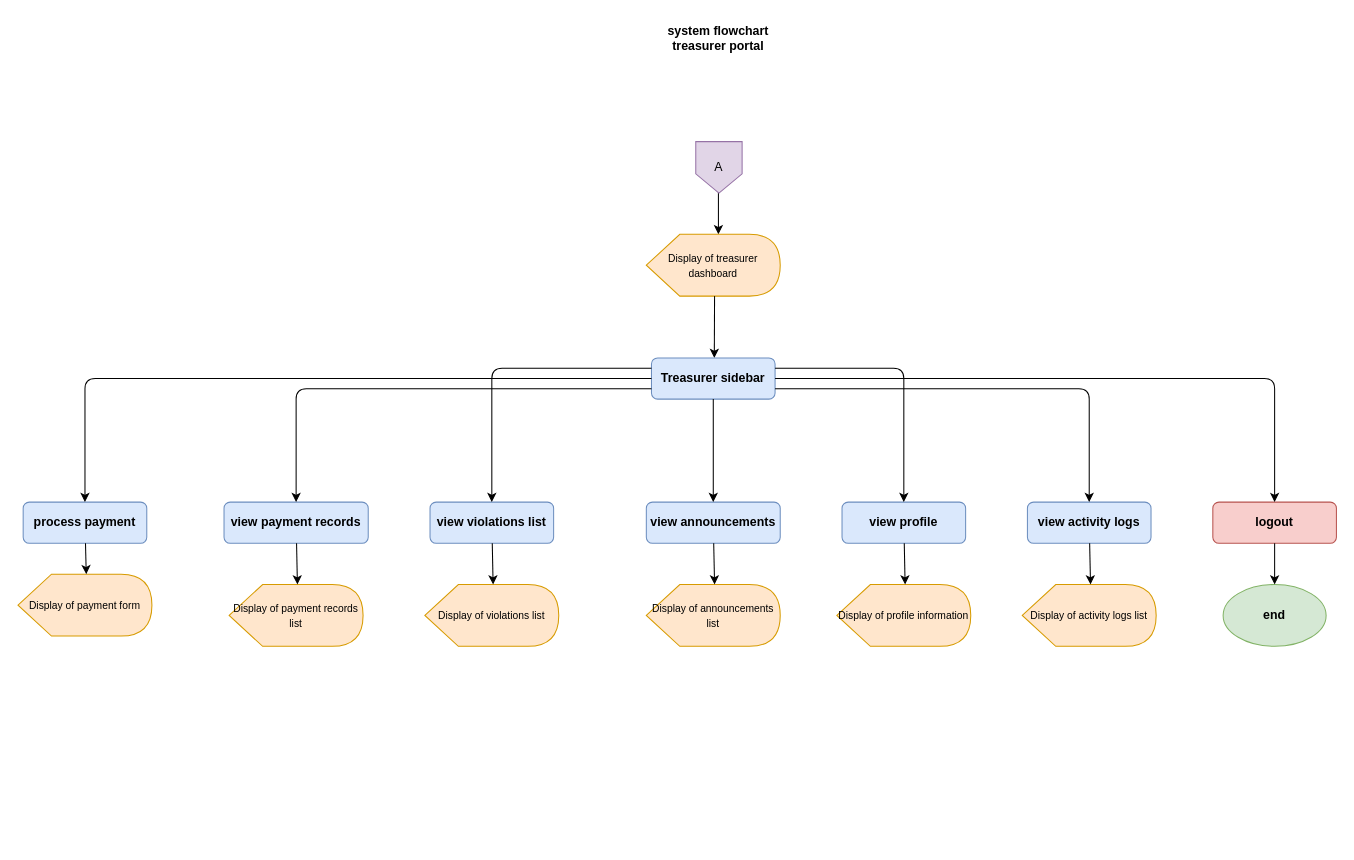
The draw.io diagram treasurer_portal_flowchart.drawio in PotatoLover169/CTTMO-Traffic-violation-Management-System, before the edit. Source tidied: cells renumbered, new cells numbered last; positions are measured from the earlier drawing's top-left corner, leaving out a move shared by most shapes. Both pictures are drawn from the tidied source at 103%, with x=0, y=0 at pixel (18, 18).
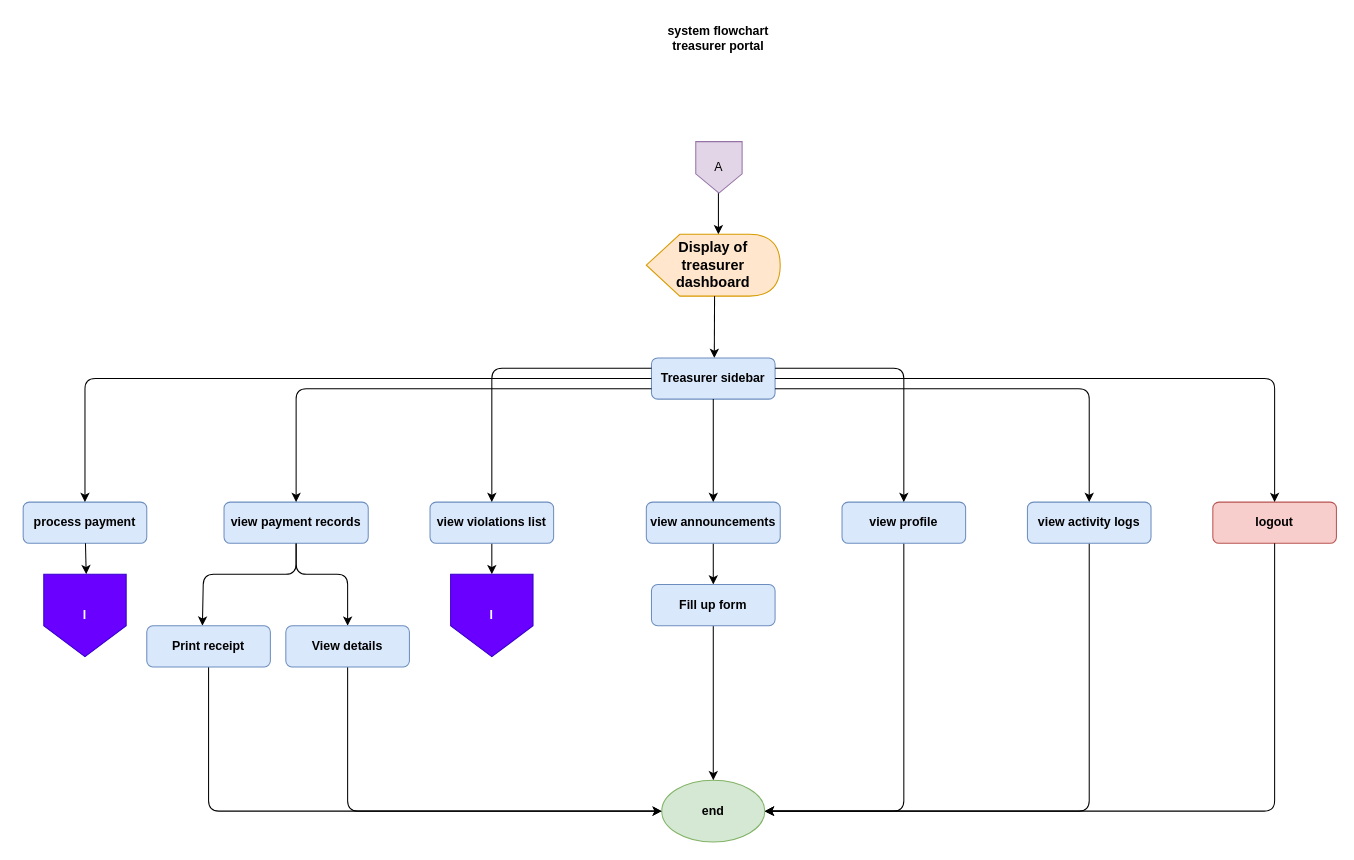
After the change.

Unchanged cells that the change refers to:
```xml
<mxCell id="7" value="process payment" style="rounded=1;whiteSpace=wrap;html=1;fillColor=#dae8fc;strokeColor=#6c8ebf;fontStyle=1;" parent="1" vertex="1">
  <mxGeometry x="5" y="470" width="120" height="40" as="geometry" />
</mxCell>
<mxCell id="11" value="view payment records" style="rounded=1;whiteSpace=wrap;html=1;fillColor=#dae8fc;strokeColor=#6c8ebf;fontStyle=1;" parent="1" vertex="1">
  <mxGeometry x="200" y="470" width="140" height="40" as="geometry" />
</mxCell>
<mxCell id="15" value="view violations list" style="rounded=1;whiteSpace=wrap;html=1;fillColor=#dae8fc;strokeColor=#6c8ebf;fontStyle=1;" parent="1" vertex="1">
  <mxGeometry x="400" y="470" width="120" height="40" as="geometry" />
</mxCell>
<mxCell id="19" value="view announcements" style="rounded=1;whiteSpace=wrap;html=1;fillColor=#dae8fc;strokeColor=#6c8ebf;fontStyle=1;" parent="1" vertex="1">
  <mxGeometry x="610" y="470" width="130" height="40" as="geometry" />
</mxCell>
<mxCell id="23" value="view profile" style="rounded=1;whiteSpace=wrap;html=1;fillColor=#dae8fc;strokeColor=#6c8ebf;fontStyle=1;" parent="1" vertex="1">
  <mxGeometry x="800" y="470" width="120" height="40" as="geometry" />
</mxCell>
<mxCell id="27" value="view activity logs" style="rounded=1;whiteSpace=wrap;html=1;fillColor=#dae8fc;strokeColor=#6c8ebf;fontStyle=1;" parent="1" vertex="1">
  <mxGeometry x="980" y="470" width="120" height="40" as="geometry" />
</mxCell>
<mxCell id="31" value="logout" style="rounded=1;whiteSpace=wrap;html=1;fillColor=#f8cecc;strokeColor=#b85450;fontStyle=1;" parent="1" vertex="1">
  <mxGeometry x="1160" y="470" width="120" height="40" as="geometry" />
</mxCell>
```

Change to the diagram source:
```diff
@@
-    <mxCell id="4" value="&lt;span style=&quot;font-size: 10px;&quot;&gt;Display of treasurer dashboard&lt;/span&gt;" style="shape=display;whiteSpace=wrap;html=1;fillColor=#ffe6cc;strokeColor=#d79b00;" parent="1" vertex="1">
+    <mxCell id="4" value="&lt;b style=&quot;&quot;&gt;&lt;font style=&quot;font-size: 14px;&quot;&gt;Display of treasurer dashboard&lt;/font&gt;&lt;/b&gt;" style="shape=display;whiteSpace=wrap;html=1;fillColor=#ffe6cc;strokeColor=#d79b00;" parent="1" vertex="1">
       <mxGeometry x="610" y="210" width="130" height="60" as="geometry" />
     </mxCell>
@@
-    <mxCell id="9" value="&lt;font style=&quot;font-size: 10px;&quot;&gt;Display of payment form&lt;/font&gt;" style="shape=display;whiteSpace=wrap;html=1;fillColor=#ffe6cc;strokeColor=#d79b00;" parent="1" vertex="1">
-      <mxGeometry y="540" width="130" height="60" as="geometry" />
-    </mxCell>
-    <mxCell id="10" style="edgeStyle=none;html=1;entryX=0;entryY=0;entryDx=66.25;entryDy=0;entryPerimeter=0;" parent="1" edge="1" source="7" target="9">
-      <mxGeometry relative="1" as="geometry" />
+    <mxCell id="10" style="edgeStyle=none;html=1;entryX=0;entryY=0;entryDx=66.25;entryDy=0;entryPerimeter=0;" parent="1" edge="1" source="7">
+      <mxGeometry relative="1" as="geometry">
+        <mxPoint x="66.2" y="540" as="targetPoint" />
+      </mxGeometry>
     </mxCell>
+    <mxCell id="36" style="edgeStyle=none;html=1;entryX=0.5;entryY=0;entryDx=0;entryDy=0;" parent="1" edge="1" source="11" target="46">
+      <mxGeometry relative="1" as="geometry">
+        <Array as="points">
+          <mxPoint x="270" y="540" />
+          <mxPoint x="320" y="540" />
+        </Array>
+      </mxGeometry>
+    </mxCell>
@@
-    <mxCell id="13" value="&lt;font style=&quot;font-size: 10px;&quot;&gt;Display of payment records list&lt;/font&gt;" style="shape=display;whiteSpace=wrap;html=1;fillColor=#ffe6cc;strokeColor=#d79b00;" parent="1" vertex="1">
-      <mxGeometry x="205" y="550" width="130" height="60" as="geometry" />
-    </mxCell>
-    <mxCell id="14" style="edgeStyle=none;html=1;entryX=0;entryY=0;entryDx=66.25;entryDy=0;entryPerimeter=0;" parent="1" edge="1" source="11" target="13">
-      <mxGeometry relative="1" as="geometry" />
+    <mxCell id="14" style="edgeStyle=none;html=1;entryX=0.45;entryY=0;entryDx=0;entryDy=0;entryPerimeter=0;" parent="1" edge="1" source="11" target="44">
+      <mxGeometry relative="1" as="geometry">
+        <Array as="points">
+          <mxPoint x="270" y="540" />
+          <mxPoint x="180" y="540" />
+        </Array>
+      </mxGeometry>
     </mxCell>
+    <mxCell id="37" style="edgeStyle=none;html=1;entryX=0.5;entryY=0;entryDx=0;entryDy=0;" parent="1" edge="1" source="15" target="41">
+      <mxGeometry relative="1" as="geometry" />
+    </mxCell>
@@
-    <mxCell id="17" value="&lt;font style=&quot;font-size: 10px;&quot;&gt;Display of violations list&lt;/font&gt;" style="shape=display;whiteSpace=wrap;html=1;fillColor=#ffe6cc;strokeColor=#d79b00;" parent="1" vertex="1">
-      <mxGeometry x="395" y="550" width="130" height="60" as="geometry" />
-    </mxCell>
-    <mxCell id="18" style="edgeStyle=none;html=1;entryX=0;entryY=0;entryDx=66.25;entryDy=0;entryPerimeter=0;" parent="1" edge="1" source="15" target="17">
-      <mxGeometry relative="1" as="geometry" />
-    </mxCell>
+    <mxCell id="38" style="edgeStyle=none;html=1;" parent="1" edge="1" source="19">
+      <mxGeometry relative="1" as="geometry">
+        <mxPoint x="675" y="550" as="targetPoint" />
+      </mxGeometry>
+    </mxCell>
@@
-    <mxCell id="21" value="&lt;font style=&quot;font-size: 10px;&quot;&gt;Display of announcements list&lt;/font&gt;" style="shape=display;whiteSpace=wrap;html=1;fillColor=#ffe6cc;strokeColor=#d79b00;" parent="1" vertex="1">
-      <mxGeometry x="610" y="550" width="130" height="60" as="geometry" />
-    </mxCell>
-    <mxCell id="22" style="edgeStyle=none;html=1;entryX=0;entryY=0;entryDx=66.25;entryDy=0;entryPerimeter=0;" parent="1" edge="1" source="19" target="21">
-      <mxGeometry relative="1" as="geometry" />
-    </mxCell>
+    <mxCell id="39" style="edgeStyle=none;html=1;entryX=1;entryY=0.5;entryDx=0;entryDy=0;" parent="1" edge="1" source="23" target="33">
+      <mxGeometry relative="1" as="geometry">
+        <Array as="points">
+          <mxPoint x="860" y="770" />
+        </Array>
+      </mxGeometry>
+    </mxCell>
@@
-    <mxCell id="25" value="&lt;font style=&quot;font-size: 10px;&quot;&gt;Display of profile information&lt;/font&gt;" style="shape=display;whiteSpace=wrap;html=1;fillColor=#ffe6cc;strokeColor=#d79b00;" parent="1" vertex="1">
-      <mxGeometry x="795" y="550" width="130" height="60" as="geometry" />
-    </mxCell>
-    <mxCell id="26" style="edgeStyle=none;html=1;entryX=0;entryY=0;entryDx=66.25;entryDy=0;entryPerimeter=0;" parent="1" edge="1" source="23" target="25">
-      <mxGeometry relative="1" as="geometry" />
-    </mxCell>
+    <mxCell id="40" style="edgeStyle=none;html=1;entryX=1;entryY=0.5;entryDx=0;entryDy=0;" parent="1" edge="1" source="27" target="33">
+      <mxGeometry relative="1" as="geometry">
+        <Array as="points">
+          <mxPoint x="1040" y="770" />
+        </Array>
+      </mxGeometry>
+    </mxCell>
@@
-    <mxCell id="29" value="&lt;font style=&quot;font-size: 10px;&quot;&gt;Display of activity logs list&lt;/font&gt;" style="shape=display;whiteSpace=wrap;html=1;fillColor=#ffe6cc;strokeColor=#d79b00;" parent="1" vertex="1">
-      <mxGeometry x="975" y="550" width="130" height="60" as="geometry" />
-    </mxCell>
-    <mxCell id="30" style="edgeStyle=none;html=1;entryX=0;entryY=0;entryDx=66.25;entryDy=0;entryPerimeter=0;" parent="1" edge="1" source="27" target="29">
-      <mxGeometry relative="1" as="geometry" />
-    </mxCell>
@@
     <mxCell id="33" value="end" style="ellipse;whiteSpace=wrap;html=1;fillColor=#d5e8d4;strokeColor=#82b366;fontStyle=1;" parent="1" vertex="1">
-      <mxGeometry x="1170" y="550" width="100" height="60" as="geometry" />
+      <mxGeometry x="625" y="740" width="100" height="60" as="geometry" />
     </mxCell>
-    <mxCell id="34" style="edgeStyle=none;html=1;entryX=0.5;entryY=0;entryDx=0;entryDy=0;" parent="1" edge="1" source="31" target="33">
-      <mxGeometry relative="1" as="geometry" />
+    <mxCell id="34" style="edgeStyle=none;html=1;entryX=1;entryY=0.5;entryDx=0;entryDy=0;" parent="1" edge="1" source="31" target="33">
+      <mxGeometry relative="1" as="geometry">
+        <Array as="points">
+          <mxPoint x="1220" y="770" />
+        </Array>
+      </mxGeometry>
     </mxCell>
@@
+    <mxCell id="41" value="&lt;b&gt;&lt;font style=&quot;color: rgb(255, 255, 255);&quot;&gt;I&lt;/font&gt;&lt;/b&gt;" style="shape=offPageConnector;whiteSpace=wrap;html=1;fillColor=#6a00ff;fontColor=#ffffff;strokeColor=#3700CC;" parent="1" vertex="1">
+      <mxGeometry x="420" y="540" width="80" height="80" as="geometry" />
+    </mxCell>
+    <mxCell id="42" value="&lt;b&gt;&lt;font style=&quot;color: rgb(255, 255, 255);&quot;&gt;I&lt;/font&gt;&lt;/b&gt;" style="shape=offPageConnector;whiteSpace=wrap;html=1;fillColor=#6a00ff;fontColor=#ffffff;strokeColor=#3700CC;" parent="1" vertex="1">
+      <mxGeometry x="25" y="540" width="80" height="80" as="geometry" />
+    </mxCell>
+    <mxCell id="43" style="edgeStyle=none;html=1;entryX=0;entryY=0.5;entryDx=0;entryDy=0;" parent="1" edge="1" source="44" target="33">
+      <mxGeometry relative="1" as="geometry">
+        <Array as="points">
+          <mxPoint x="185" y="770" />
+        </Array>
+      </mxGeometry>
+    </mxCell>
+    <mxCell id="44" value="Print receipt" style="rounded=1;whiteSpace=wrap;html=1;fillColor=#dae8fc;strokeColor=#6c8ebf;fontStyle=1;" parent="1" vertex="1">
+      <mxGeometry x="125" y="590" width="120" height="40" as="geometry" />
+    </mxCell>
+    <mxCell id="45" style="edgeStyle=none;html=1;entryX=0;entryY=0.5;entryDx=0;entryDy=0;" parent="1" edge="1" source="46" target="33">
+      <mxGeometry relative="1" as="geometry">
+        <Array as="points">
+          <mxPoint x="320" y="770" />
+        </Array>
+      </mxGeometry>
+    </mxCell>
+    <mxCell id="46" value="View details" style="rounded=1;whiteSpace=wrap;html=1;fillColor=#dae8fc;strokeColor=#6c8ebf;fontStyle=1;" parent="1" vertex="1">
+      <mxGeometry x="260" y="590" width="120" height="40" as="geometry" />
+    </mxCell>
+    <mxCell id="47" style="edgeStyle=none;html=1;entryX=0.5;entryY=0;entryDx=0;entryDy=0;" parent="1" edge="1" source="48" target="33">
+      <mxGeometry relative="1" as="geometry" />
+    </mxCell>
+    <mxCell id="48" value="Fill up form" style="rounded=1;whiteSpace=wrap;html=1;fillColor=#dae8fc;strokeColor=#6c8ebf;fontStyle=1;" parent="1" vertex="1">
+      <mxGeometry x="615" y="550" width="120" height="40" as="geometry" />
+    </mxCell>
```
